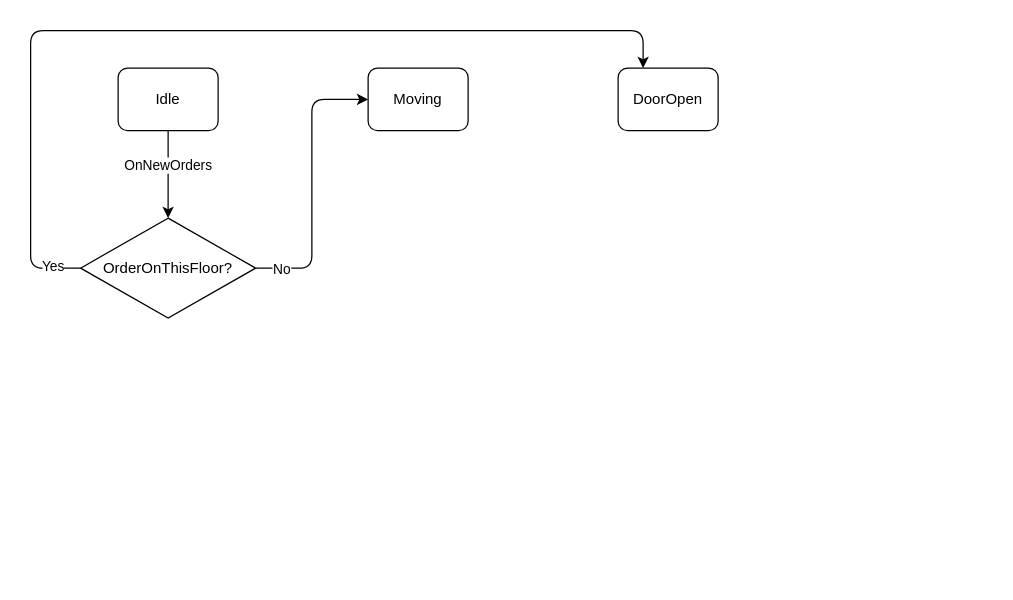
This is Documentation/elevatorStateUML.drawio from jensmunkerud/ElevatorProject, a draw.io file, before an edit. Source tidied: cells renumbered, new cells numbered last; positions are measured from the earlier drawing's top-left corner, leaving out a move shared by most shapes. Both pictures are drawn from the tidied source at 125%, with x=0, y=0 at pixel (30, 30).
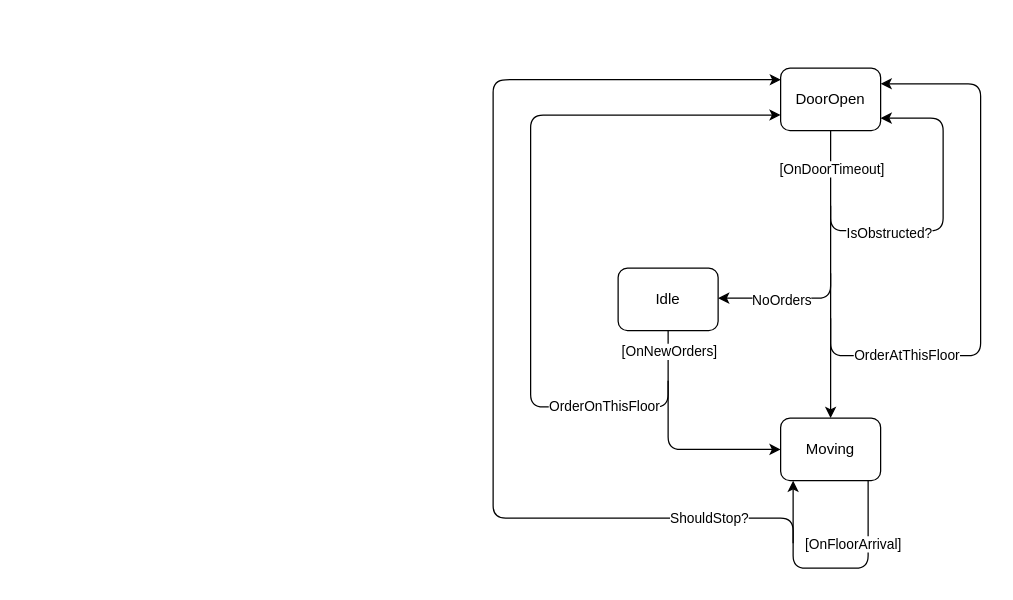
After the change.

Diff of the diagram source:
```diff
@@
-    <mxCell id="2" style="edgeStyle=none;html=1;" parent="1" edge="1" source="4" target="11">
-      <mxGeometry relative="1" as="geometry" />
+    <mxCell id="2" style="edgeStyle=orthogonalEdgeStyle;html=1;entryX=0;entryY=0.5;entryDx=0;entryDy=0;" parent="1" edge="1" source="4" target="5">
+      <mxGeometry relative="1" as="geometry">
+        <Array as="points">
+          <mxPoint x="510" y="335" />
+        </Array>
+      </mxGeometry>
     </mxCell>
-    <mxCell id="3" value="OnNewOrders" style="edgeLabel;html=1;align=center;verticalAlign=middle;" parent="2" vertex="1">
-      <mxGeometry x="-0.24" y="-1" relative="1" as="geometry" />
+    <mxCell id="3" value="[OnNewOrders]" style="edgeLabel;html=1;align=center;verticalAlign=middle;" parent="2" vertex="1">
+      <mxGeometry x="-0.24" y="-1" relative="1" as="geometry">
+        <mxPoint x="1" y="-54" as="offset" />
+      </mxGeometry>
     </mxCell>
     <mxCell id="4" value="Idle" style="rounded=1;whiteSpace=wrap;html=1;" parent="1" vertex="1">
-      <mxGeometry x="70" y="30" width="80" height="50" as="geometry" />
+      <mxGeometry x="470" y="190" width="80" height="50" as="geometry" />
     </mxCell>
     <mxCell id="5" value="Moving" style="rounded=1;whiteSpace=wrap;html=1;" parent="1" vertex="1">
-      <mxGeometry x="270" y="30" width="80" height="50" as="geometry" />
+      <mxGeometry x="600" y="310" width="80" height="50" as="geometry" />
     </mxCell>
+    <mxCell id="12" style="edgeStyle=none;html=1;entryX=0.5;entryY=0;entryDx=0;entryDy=0;" parent="1" edge="1" source="6" target="5">
+      <mxGeometry relative="1" as="geometry" />
+    </mxCell>
+    <mxCell id="13" value="[OnDoorTimeout]" style="edgeLabel;html=1;align=center;verticalAlign=middle;" parent="12" vertex="1">
+      <mxGeometry x="-0.28" y="1" relative="1" as="geometry">
+        <mxPoint x="-1" y="-53" as="offset" />
+      </mxGeometry>
+    </mxCell>
     <mxCell id="6" value="DoorOpen" style="rounded=1;whiteSpace=wrap;html=1;" parent="1" vertex="1">
-      <mxGeometry x="470" y="30" width="80" height="50" as="geometry" />
+      <mxGeometry x="600" y="30" width="80" height="50" as="geometry" />
     </mxCell>
-    <mxCell id="7" style="edgeStyle=orthogonalEdgeStyle;html=1;entryX=0;entryY=0.5;entryDx=0;entryDy=0;exitX=1;exitY=0.5;exitDx=0;exitDy=0;" parent="1" edge="1" source="11" target="5">
-      <mxGeometry relative="1" as="geometry" />
-    </mxCell>
-    <mxCell id="8" value="No" style="edgeLabel;html=1;align=center;verticalAlign=middle;" parent="7" vertex="1">
-      <mxGeometry x="-0.73" y="2" relative="1" as="geometry">
-        <mxPoint x="-10" y="2" as="offset" />
-      </mxGeometry>
-    </mxCell>
-    <mxCell id="9" style="edgeStyle=orthogonalEdgeStyle;html=1;entryX=0.25;entryY=0;entryDx=0;entryDy=0;" parent="1" edge="1" source="11" target="6">
-      <mxGeometry relative="1" as="geometry">
-        <Array as="points">
-          <mxPoint y="190" />
-          <mxPoint />
-          <mxPoint x="490" />
-        </Array>
-      </mxGeometry>
-    </mxCell>
-    <mxCell id="10" value="Yes" style="edgeLabel;html=1;align=center;verticalAlign=middle;" parent="9" vertex="1">
-      <mxGeometry x="-0.94" y="-2" relative="1" as="geometry" />
-    </mxCell>
-    <mxCell id="11" value="OrderOnThisFloor?" style="rhombus;whiteSpace=wrap;html=1;" parent="1" vertex="1">
-      <mxGeometry x="40" y="150" width="140" height="80" as="geometry" />
-    </mxCell>
+    <mxCell id="14" style="edgeStyle=orthogonalEdgeStyle;html=1;entryX=1;entryY=0.5;entryDx=0;entryDy=0;" parent="1" edge="1">
+      <mxGeometry relative="1" as="geometry">
+        <mxPoint x="640" y="140" as="sourcePoint" />
+        <mxPoint x="680" y="70" as="targetPoint" />
+        <Array as="points">
+          <mxPoint x="640" y="160" />
+          <mxPoint x="730" y="160" />
+          <mxPoint x="730" y="70" />
+        </Array>
+      </mxGeometry>
+    </mxCell>
+    <mxCell id="15" value="IsObstructed?" style="edgeLabel;html=1;align=center;verticalAlign=middle;" parent="14" vertex="1">
+      <mxGeometry x="-0.86" y="3" relative="1" as="geometry">
+        <mxPoint x="43" y="3" as="offset" />
+      </mxGeometry>
+    </mxCell>
+    <mxCell id="16" style="endArrow=classic;html=1;edgeStyle=orthogonalEdgeStyle;" parent="1" edge="1">
+      <mxGeometry relative="1" as="geometry">
+        <mxPoint x="640" y="194" as="sourcePoint" />
+        <mxPoint x="550" y="214" as="targetPoint" />
+        <Array as="points">
+          <mxPoint x="640" y="214" />
+        </Array>
+      </mxGeometry>
+    </mxCell>
+    <mxCell id="17" value="NoOrders" style="edgeLabel;html=1;align=center;verticalAlign=middle;" parent="16" vertex="1">
+      <mxGeometry x="-0.12" relative="1" as="geometry">
+        <mxPoint x="-12" y="1" as="offset" />
+      </mxGeometry>
+    </mxCell>
+    <mxCell id="18" style="endArrow=classic;html=1;edgeStyle=orthogonalEdgeStyle;entryX=1;entryY=0.25;entryDx=0;entryDy=0;" parent="1" edge="1" target="6">
+      <mxGeometry relative="1" as="geometry">
+        <mxPoint x="640" y="230" as="sourcePoint" />
+        <Array as="points">
+          <mxPoint x="640" y="260" />
+          <mxPoint x="760" y="260" />
+          <mxPoint x="760" y="43" />
+        </Array>
+      </mxGeometry>
+    </mxCell>
+    <mxCell id="19" value="OrderAtThisFloor" style="edgeLabel;html=1;align=center;verticalAlign=middle;" parent="18" vertex="1">
+      <mxGeometry x="-0.12" relative="1" as="geometry">
+        <mxPoint x="-60" y="46" as="offset" />
+      </mxGeometry>
+    </mxCell>
+    <mxCell id="20" style="endArrow=classic;html=1;edgeStyle=orthogonalEdgeStyle;exitX=0.875;exitY=1;exitDx=0;exitDy=0;entryX=0.125;entryY=1;entryDx=0;entryDy=0;exitPerimeter=0;entryPerimeter=0;" parent="1" edge="1" source="5" target="5">
+      <mxGeometry relative="1" as="geometry">
+        <Array as="points">
+          <mxPoint x="670" y="430" />
+          <mxPoint x="610" y="430" />
+        </Array>
+      </mxGeometry>
+    </mxCell>
+    <mxCell id="21" value="[OnFloorArrival]" style="edgeLabel;html=1;align=center;verticalAlign=middle;" parent="20" vertex="1">
+      <mxGeometry x="0.15" y="-2" relative="1" as="geometry">
+        <mxPoint x="32" y="-18" as="offset" />
+      </mxGeometry>
+    </mxCell>
+    <mxCell id="22" style="endArrow=classic;html=1;edgeStyle=orthogonalEdgeStyle;entryX=0.003;entryY=0.185;entryDx=0;entryDy=0;entryPerimeter=0;" parent="1" edge="1" target="6">
+      <mxGeometry relative="1" as="geometry">
+        <mxPoint x="610" y="410" as="sourcePoint" />
+        <Array as="points">
+          <mxPoint x="610" y="390" />
+          <mxPoint x="370" y="390" />
+          <mxPoint x="370" y="40" />
+          <mxPoint x="600" y="40" />
+        </Array>
+      </mxGeometry>
+    </mxCell>
+    <mxCell id="23" value="ShouldStop?" style="edgeLabel;html=1;align=center;verticalAlign=middle;" parent="22" vertex="1">
+      <mxGeometry x="-0.79" y="-1" relative="1" as="geometry" />
+    </mxCell>
+    <mxCell id="24" style="endArrow=classic;html=1;edgeStyle=orthogonalEdgeStyle;entryX=0;entryY=0.75;entryDx=0;entryDy=0;" parent="1" edge="1" target="6">
+      <mxGeometry relative="1" as="geometry">
+        <mxPoint x="510" y="280" as="sourcePoint" />
+        <Array as="points">
+          <mxPoint x="510" y="280" />
+          <mxPoint x="510" y="301" />
+          <mxPoint x="400" y="301" />
+          <mxPoint x="400" y="68" />
+        </Array>
+      </mxGeometry>
+    </mxCell>
+    <mxCell id="25" value="OrderOnThisFloor" style="edgeLabel;html=1;align=center;verticalAlign=middle;" parent="24" vertex="1">
+      <mxGeometry x="-0.59" y="-1" relative="1" as="geometry">
+        <mxPoint x="43" as="offset" />
+      </mxGeometry>
+    </mxCell>
```
